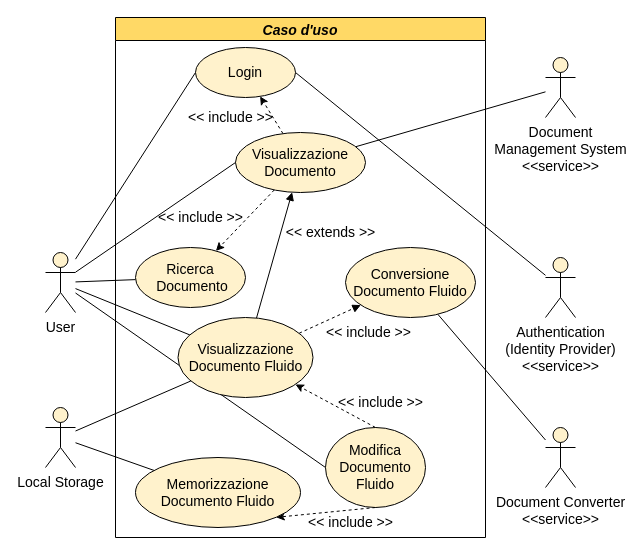
The draw.io diagram page "1-Use-case" (1 of 19) of tesi.drawio in paganellif/tesi-paganelli, before the edit. Source tidied: cells renumbered, new cells numbered last; positions are measured from the earlier drawing's top-left corner, leaving out a move shared by most shapes. Both pictures are drawn from the tidied source at 100%, with x=0, y=0 at pixel (45, 17).
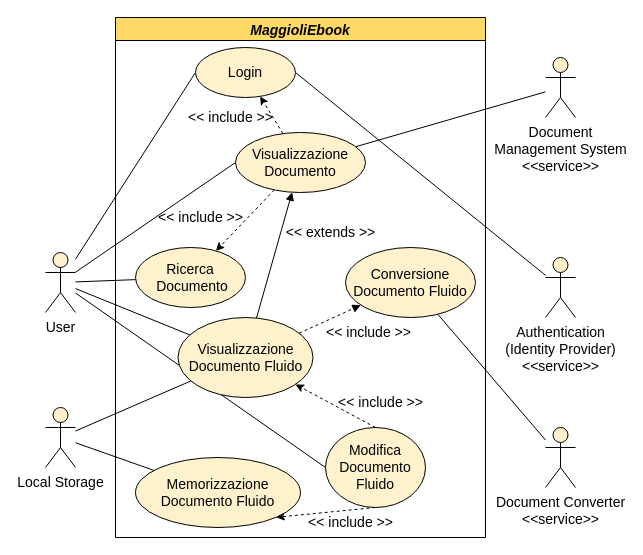
The same page after the edit.

Change to the diagram source:
```diff
@@
-    <mxCell id="34" value="Caso d'uso" style="swimlane;fillColor=#FFD966;fontSize=14;fontStyle=3;" parent="1" vertex="1">
+    <mxCell id="34" value="MaggioliEbook" style="swimlane;fillColor=#FFD966;fontSize=14;fontStyle=3;" parent="1" vertex="1">
       <mxGeometry x="70" width="370" height="520" as="geometry" />
     </mxCell>
```
